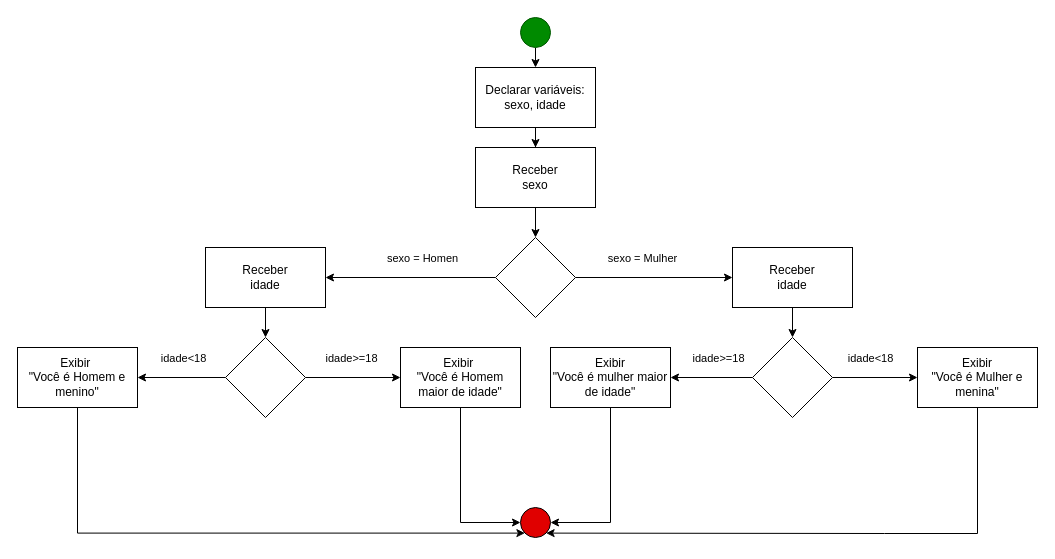
Earlier version of the draw.io diagram page "Exercicio 3" (3 of 7) of Lista 1/Lista 1.drawio (AlgumonL/Algoritimo). Source tidied: cells renumbered, new cells numbered last; positions are measured from the earlier drawing's top-left corner, leaving out a move shared by most shapes. Both pictures are drawn from the tidied source at 100%, with x=0, y=0 at pixel (17, 17).
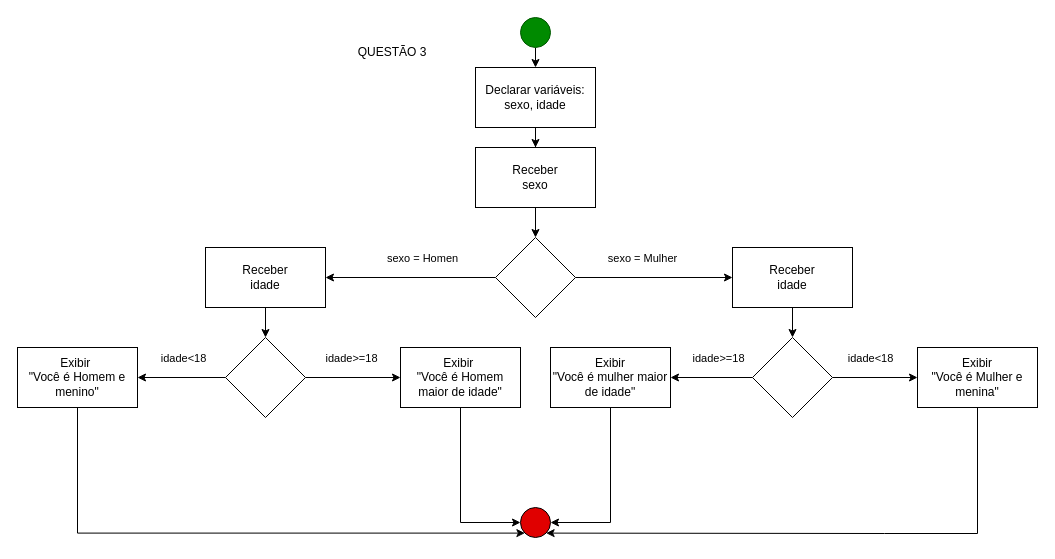
The same diagram, later.

Diff of the diagram source:
```diff
@@
+    <mxCell id="36" value="QUESTÃO 3" style="text;html=1;whiteSpace=wrap;strokeColor=none;fillColor=none;align=center;verticalAlign=middle;rounded=0;" parent="1" vertex="1">
+      <mxGeometry x="320" y="20" width="110" height="30" as="geometry" />
+    </mxCell>
```
